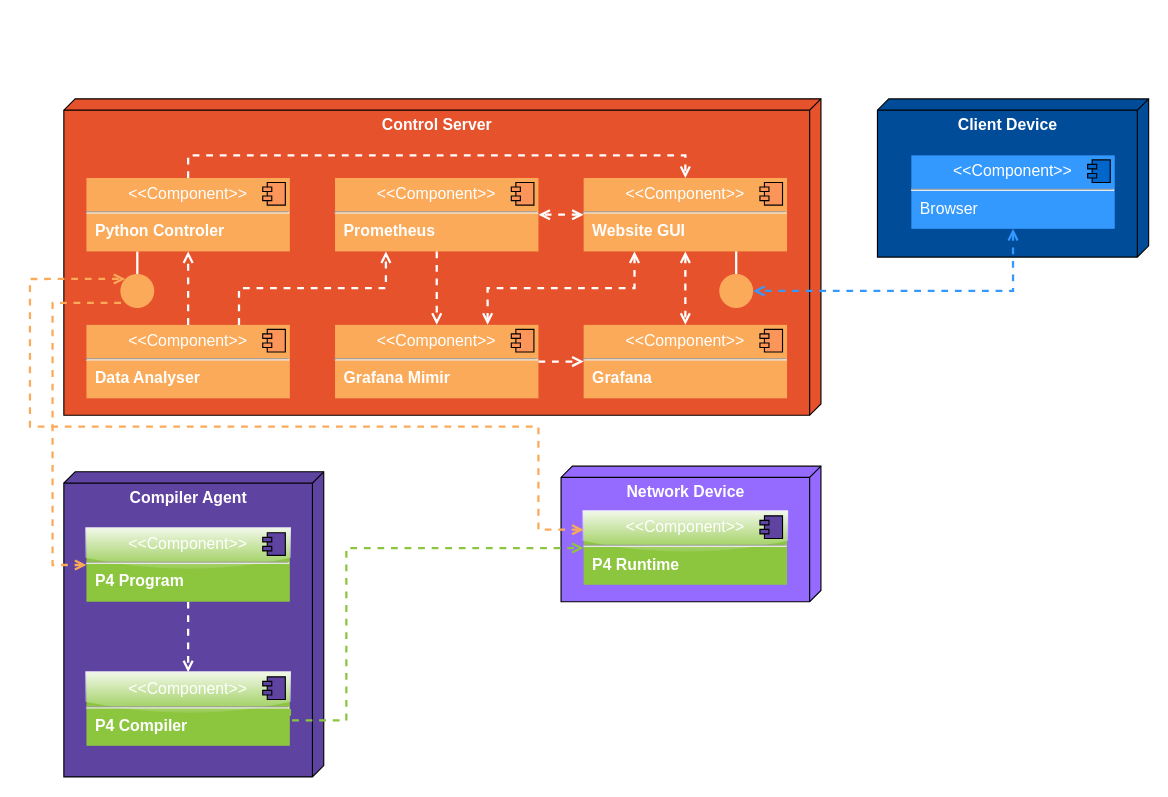
detiuaveiro/PECI-05-2022-23 keeps this draw.io diagram as page "Deployment Diagram" (1 of 6) of documentation/diagrams/diagram-models.drawio. Above is the earlier version. Source tidied: cells renumbered, new cells numbered last; positions are measured from the earlier drawing's top-left corner, leaving out a move shared by most shapes. Both pictures are drawn from the tidied source at 113%, with x=0, y=0 at pixel (29, 98). Pictures stored in the file or linked from it are replaced by grey dashed boxes.
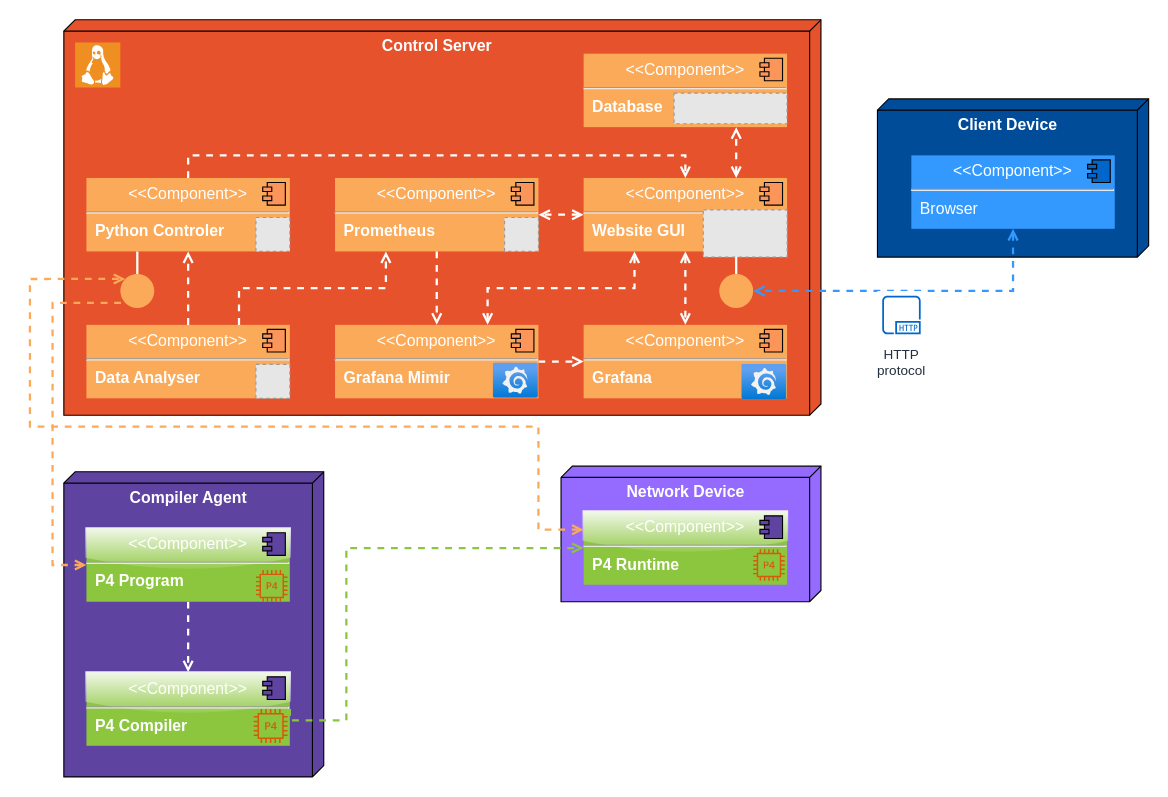
The same page after the edit.

Unchanged cells that the change refers to:
```xml
<mxCell id="22" value="&lt;p style=&quot;margin:0px;margin-top:6px;text-align:center;&quot;&gt;&amp;lt;&amp;lt;Component&amp;gt;&amp;gt;&lt;/p&gt;&lt;hr&gt;&lt;p style=&quot;margin:0px;margin-left:8px;&quot;&gt;&lt;b&gt;Website GUI&lt;/b&gt;&lt;/p&gt;" style="align=left;overflow=fill;html=1;fontSize=14;fontColor=#FFFFFF;fillColor=#FBAA5A;strokeColor=none;" parent="1" vertex="1">
  <mxGeometry x="490" y="70" width="180" height="65" as="geometry" />
</mxCell>
```

Diff of the diagram source:
```diff
@@
     <mxCell id="8" value="&lt;font color=&quot;#ffffff&quot; style=&quot;font-size: 14px;&quot;&gt;&lt;b&gt;Control Server&lt;/b&gt;&lt;/font&gt;" style="verticalAlign=top;align=center;spacingTop=8;spacingLeft=2;spacingRight=12;shape=cube;size=10;direction=south;fontStyle=0;html=1;fillColor=#E6522C;" parent="1" vertex="1">
-      <mxGeometry x="30" width="670" height="280" as="geometry" />
+      <mxGeometry x="30" y="-70" width="670" height="350" as="geometry" />
     </mxCell>
@@
+    <mxCell id="43" style="edgeStyle=orthogonalEdgeStyle;rounded=0;jettySize=auto;html=1;exitX=0.75;exitY=0;exitDx=0;exitDy=0;entryX=0.75;entryY=1;entryDx=0;entryDy=0;strokeWidth=2;strokeColor=#FFFFFF;endArrow=open;endFill=0;startArrow=open;startFill=0;dashed=1;" parent="1" edge="1" source="22" target="55">
+      <mxGeometry relative="1" as="geometry" />
+    </mxCell>
@@
+    <mxCell id="44" style="fillColor=#E6E6E6;strokeColor=#999999;dashed=1;verticalLabelPosition=bottom;verticalAlign=top;" parent="1" vertex="1">
+      <mxGeometry x="200" y="105" width="30" height="30" as="geometry" />
+    </mxCell>
+    <mxCell id="45" style="fillColor=#E6E6E6;strokeColor=#999999;dashed=1;verticalLabelPosition=bottom;verticalAlign=top;" parent="1" vertex="1">
+      <mxGeometry x="200" y="235" width="30" height="30" as="geometry" />
+    </mxCell>
+    <mxCell id="46" style="fillColor=#E6E6E6;strokeColor=#999999;dashed=1;verticalLabelPosition=bottom;verticalAlign=top;fontColor=#FFFFFF;" parent="1" vertex="1">
+      <mxGeometry x="420" y="105" width="30" height="30" as="geometry" />
+    </mxCell>
+    <mxCell id="47" style="html=1;align=center;image;fontSize=12;image=img/lib/azure2/other/Grafana.svg;strokeColor=#E6522C;fontColor=#E6522C;fillColor=#E6522C;gradientColor=none;" parent="1" vertex="1">
+      <mxGeometry x="410" y="233.9" width="40" height="31.1" as="geometry" />
+    </mxCell>
+    <mxCell id="48" style="fillColor=#E6E6E6;strokeColor=#999999;dashed=1;verticalLabelPosition=bottom;verticalAlign=top;fontColor=#1A1A1A;" parent="1" vertex="1">
+      <mxGeometry x="595.9" y="98.2" width="74.2" height="41.8" as="geometry" />
+    </mxCell>
+    <mxCell id="49" style="html=1;align=center;image;fontSize=12;image=img/lib/azure2/other/Grafana.svg;strokeColor=#E6522C;fontColor=#E6522C;fillColor=#E6522C;gradientColor=none;" parent="1" vertex="1">
+      <mxGeometry x="630" y="235" width="40" height="31.1" as="geometry" />
+    </mxCell>
+    <mxCell id="50" style="sketch=0;fontColor=#232F3E;gradientColor=none;fillColor=#D45B07;strokeColor=none;dashed=0;verticalLabelPosition=bottom;verticalAlign=top;align=center;html=1;fontSize=12;fontStyle=0;shape=mxgraph.aws4.p4_instance;" parent="1" vertex="1">
+      <mxGeometry x="200" y="417" width="28" height="28" as="geometry" />
+    </mxCell>
+    <mxCell id="51" style="sketch=0;fontColor=#232F3E;gradientColor=none;fillColor=#D45B07;strokeColor=none;dashed=0;verticalLabelPosition=bottom;verticalAlign=top;align=center;html=1;fontSize=12;fontStyle=0;shape=mxgraph.aws4.p4_instance;" parent="1" vertex="1">
+      <mxGeometry x="198" y="540" width="30" height="30" as="geometry" />
+    </mxCell>
+    <mxCell id="52" style="sketch=0;fontColor=#232F3E;gradientColor=none;fillColor=#D45B07;strokeColor=none;dashed=0;verticalLabelPosition=bottom;verticalAlign=top;align=center;html=1;fontSize=12;fontStyle=0;shape=mxgraph.aws4.p4_instance;" parent="1" vertex="1">
+      <mxGeometry x="640" y="398.5" width="28" height="28" as="geometry" />
+    </mxCell>
+    <mxCell id="53" value="HTTP&#10;protocol" style="sketch=0;fontColor=#232F3E;gradientColor=none;strokeColor=#0066CC;fillColor=#FFFFFF;dashed=0;verticalLabelPosition=bottom;verticalAlign=top;align=center;html=1;fontSize=12;fontStyle=0;shape=mxgraph.aws4.resourceIcon;resIcon=mxgraph.aws4.http_protocol;gradientDirection=west;" parent="1" vertex="1">
+      <mxGeometry x="750" y="170" width="42.5" height="42.5" as="geometry" />
+    </mxCell>
+    <mxCell id="54" style="shadow=0;dashed=0;html=1;strokeColor=none;fillColor=#EF8F21;labelPosition=center;verticalLabelPosition=bottom;verticalAlign=top;align=center;shape=mxgraph.veeam.linux;fontColor=#E6522C;" parent="1" vertex="1">
+      <mxGeometry x="40" y="-50" width="40" height="40" as="geometry" />
+    </mxCell>
+    <mxCell id="55" value="&lt;p style=&quot;margin:0px;margin-top:6px;text-align:center;&quot;&gt;&amp;lt;&amp;lt;Component&amp;gt;&amp;gt;&lt;/p&gt;&lt;hr&gt;&lt;p style=&quot;margin:0px;margin-left:8px;&quot;&gt;&lt;b&gt;Database&lt;/b&gt;&lt;/p&gt;" style="align=left;overflow=fill;html=1;fontSize=14;fontColor=#FFFFFF;fillColor=#FBAA5A;strokeColor=none;" parent="1" vertex="1">
+      <mxGeometry x="490" y="-40" width="180" height="65" as="geometry" />
+    </mxCell>
+    <mxCell id="56" style="shape=component;jettyWidth=8;jettyHeight=4;fontSize=14;fontColor=#FFFFFF;fillColor=#FB955A;" parent="55" vertex="1">
+      <mxGeometry x="1" width="20" height="20" relative="1" as="geometry">
+        <mxPoint x="-24" y="4" as="offset" />
+      </mxGeometry>
+    </mxCell>
+    <mxCell id="57" style="fillColor=#E6E6E6;strokeColor=#999999;dashed=1;verticalLabelPosition=bottom;verticalAlign=top;fontColor=#FFFFFF;" parent="1" vertex="1">
+      <mxGeometry x="570" y="-5.1" width="100" height="27.1" as="geometry" />
+    </mxCell>
```
